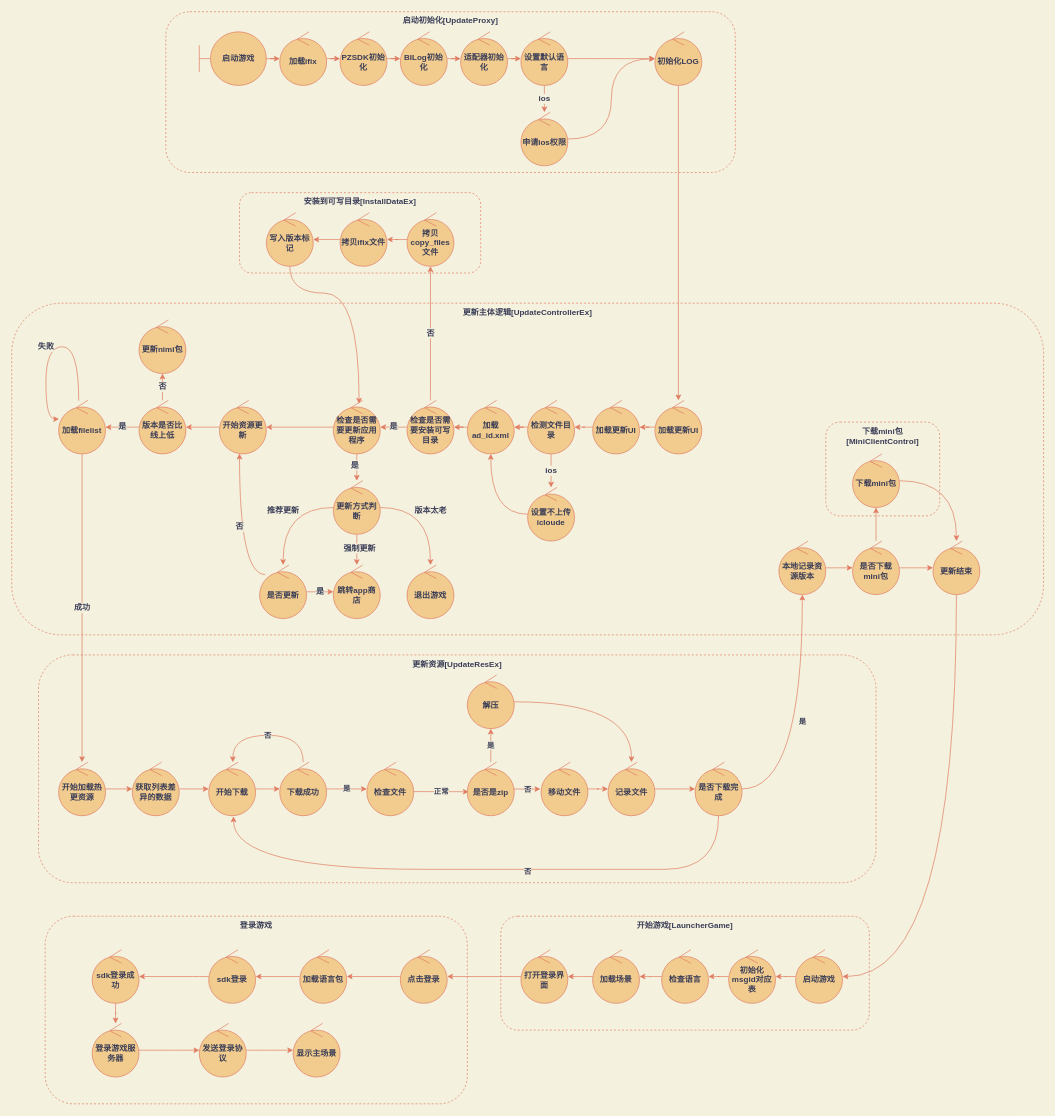
This is 游戏启动流程.drawio from cliang/drawio, a draw.io file, before an edit. Source tidied: cells renumbered, new cells numbered last; positions are measured from the earlier drawing's top-left corner, leaving out a move shared by most shapes. Both pictures are drawn from the tidied source at 67%, with x=0, y=0 at pixel (11, 11).
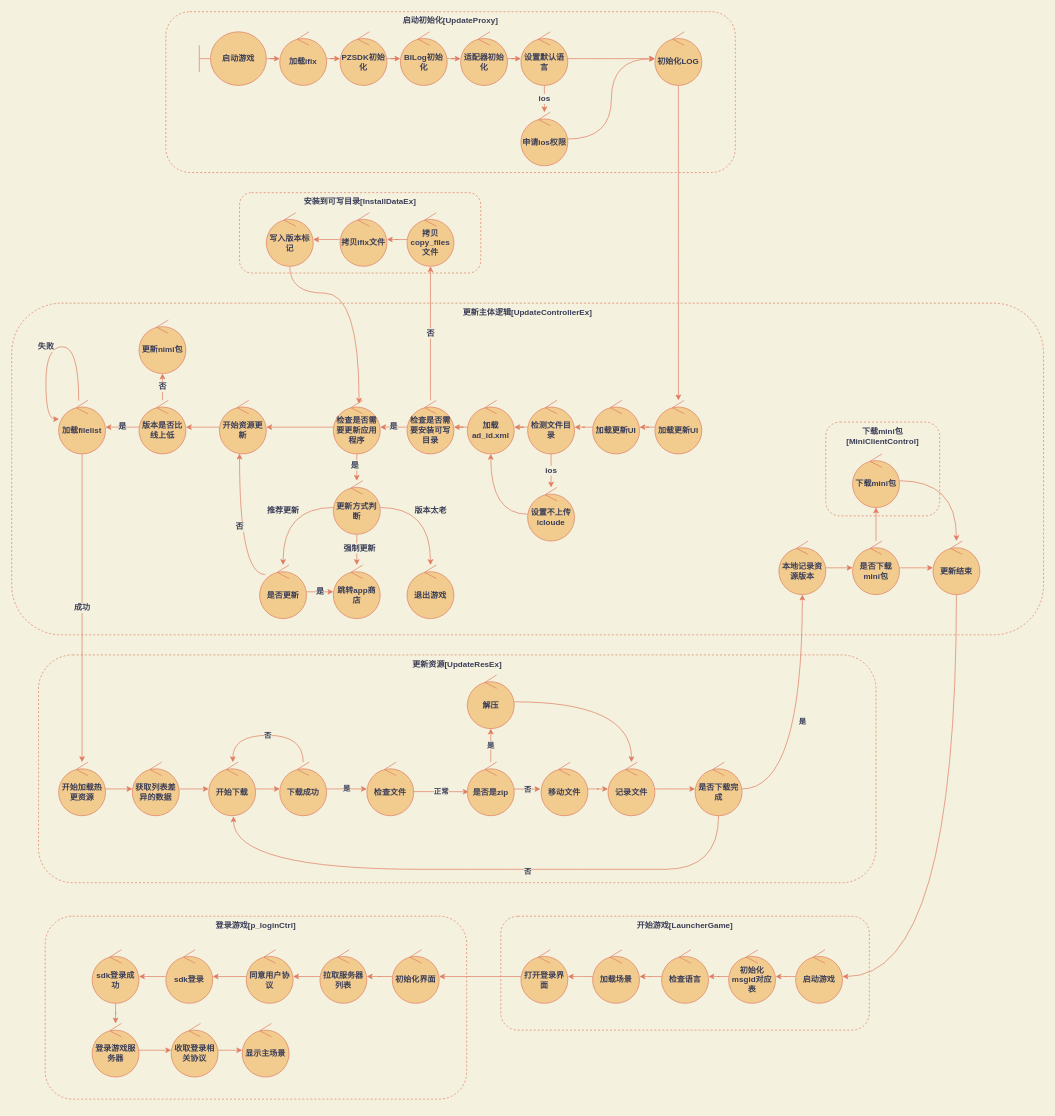
The same diagram, later.

Commit message:
更新游戏启动流程.drawio

The change refers to these unchanged cells:
```xml
<mxCell id="110" value="打开登录界面" style="ellipse;shape=umlControl;whiteSpace=wrap;html=1;rounded=1;fontStyle=1;fillColor=#F2CC8F;strokeColor=#E07A5F;fontColor=#393C56;" parent="1" vertex="1">
  <mxGeometry x="760" y="1400" width="70" height="80" as="geometry" />
</mxCell>
```

Change to the diagram source:
```diff
@@
-    <mxCell id="109" style="edgeStyle=orthogonalEdgeStyle;rounded=1;jettySize=auto;html=1;fontStyle=1;labelBackgroundColor=#F4F1DE;strokeColor=#E07A5F;fontColor=#393C56;curved=1;" parent="1" edge="1" source="110" target="113">
+    <mxCell id="109" style="edgeStyle=orthogonalEdgeStyle;rounded=1;jettySize=auto;html=1;fontStyle=1;labelBackgroundColor=#F4F1DE;strokeColor=#E07A5F;fontColor=#393C56;curved=1;" parent="1" edge="1" source="110" target="127">
       <mxGeometry relative="1" as="geometry" />
     </mxCell>
@@
-    <mxCell id="111" value="登录游戏" style="rounded=1;whiteSpace=wrap;html=1;fontSize=12;dashed=1;fillColor=none;verticalAlign=top;fontStyle=1;strokeColor=#E07A5F;fontColor=#393C56;" parent="1" vertex="1">
-      <mxGeometry x="50" y="1350" width="630" height="280" as="geometry" />
+    <mxCell id="111" value="登录游戏[p_loginCtrl]" style="rounded=1;whiteSpace=wrap;html=1;fontSize=12;dashed=1;fillColor=none;verticalAlign=top;fontStyle=1;strokeColor=#E07A5F;fontColor=#393C56;" parent="1" vertex="1">
+      <mxGeometry x="50" y="1350" width="629" height="273" as="geometry" />
     </mxCell>
-    <mxCell id="112" style="edgeStyle=orthogonalEdgeStyle;rounded=1;jettySize=auto;html=1;fontStyle=1;labelBackgroundColor=#F4F1DE;strokeColor=#E07A5F;fontColor=#393C56;curved=1;" parent="1" edge="1" source="113" target="115">
-      <mxGeometry relative="1" as="geometry" />
-    </mxCell>
+    <mxCell id="125" style="edgeStyle=orthogonalEdgeStyle;rounded=0;jettySize=auto;html=1;labelBackgroundColor=#F4F1DE;strokeColor=#E07A5F;fontColor=#393C56;" parent="1" edge="1" source="113" target="129">
+      <mxGeometry relative="1" as="geometry" />
+    </mxCell>
-    <mxCell id="113" value="点击登录" style="ellipse;shape=umlControl;whiteSpace=wrap;html=1;rounded=1;fontStyle=1;fillColor=#F2CC8F;strokeColor=#E07A5F;fontColor=#393C56;" parent="1" vertex="1">
-      <mxGeometry x="580" y="1400" width="70" height="80" as="geometry" />
+    <mxCell id="113" value="拉取服务器列表" style="ellipse;shape=umlControl;whiteSpace=wrap;html=1;rounded=1;fontStyle=1;fillColor=#F2CC8F;strokeColor=#E07A5F;fontColor=#393C56;" parent="1" vertex="1">
+      <mxGeometry x="460" y="1400" width="70" height="80" as="geometry" />
     </mxCell>
-    <mxCell id="114" style="edgeStyle=orthogonalEdgeStyle;rounded=1;jettySize=auto;html=1;fontStyle=1;labelBackgroundColor=#F4F1DE;strokeColor=#E07A5F;fontColor=#393C56;curved=1;" parent="1" edge="1" source="115" target="123">
-      <mxGeometry relative="1" as="geometry" />
-    </mxCell>
-    <mxCell id="115" value="加载语言包" style="ellipse;shape=umlControl;whiteSpace=wrap;html=1;rounded=1;fontStyle=1;fillColor=#F2CC8F;strokeColor=#E07A5F;fontColor=#393C56;" parent="1" vertex="1">
-      <mxGeometry x="430" y="1400" width="70" height="80" as="geometry" />
-    </mxCell>
@@
-    <mxCell id="117" value="发送登录协议" style="ellipse;shape=umlControl;whiteSpace=wrap;html=1;rounded=1;fontStyle=1;fillColor=#F2CC8F;strokeColor=#E07A5F;fontColor=#393C56;" parent="1" vertex="1">
-      <mxGeometry x="280" y="1510" width="70" height="80" as="geometry" />
+    <mxCell id="117" value="收取登录相关协议" style="ellipse;shape=umlControl;whiteSpace=wrap;html=1;rounded=1;fontStyle=1;fillColor=#F2CC8F;strokeColor=#E07A5F;fontColor=#393C56;" parent="1" vertex="1">
+      <mxGeometry x="238" y="1510" width="70" height="80" as="geometry" />
     </mxCell>
@@
     <mxCell id="123" value="sdk登录" style="ellipse;shape=umlControl;whiteSpace=wrap;html=1;rounded=1;fontStyle=1;fillColor=#F2CC8F;strokeColor=#E07A5F;fontColor=#393C56;" parent="1" vertex="1">
-      <mxGeometry x="294" y="1400" width="70" height="80" as="geometry" />
+      <mxGeometry x="230" y="1400" width="70" height="80" as="geometry" />
     </mxCell>
     <mxCell id="124" value="显示主场景" style="ellipse;shape=umlControl;whiteSpace=wrap;html=1;rounded=1;fontStyle=1;fillColor=#F2CC8F;strokeColor=#E07A5F;fontColor=#393C56;" parent="1" vertex="1">
-      <mxGeometry x="420" y="1510" width="70" height="80" as="geometry" />
+      <mxGeometry x="344" y="1510" width="70" height="80" as="geometry" />
     </mxCell>
+    <mxCell id="126" style="edgeStyle=orthogonalEdgeStyle;rounded=0;jettySize=auto;html=1;labelBackgroundColor=#F4F1DE;strokeColor=#E07A5F;fontColor=#393C56;" parent="1" edge="1" source="127" target="113">
+      <mxGeometry relative="1" as="geometry" />
+    </mxCell>
+    <mxCell id="127" value="初始化界面" style="ellipse;shape=umlControl;whiteSpace=wrap;html=1;rounded=1;fontStyle=1;fillColor=#F2CC8F;strokeColor=#E07A5F;fontColor=#393C56;" parent="1" vertex="1">
+      <mxGeometry x="568" y="1400" width="70" height="80" as="geometry" />
+    </mxCell>
+    <mxCell id="128" style="edgeStyle=orthogonalEdgeStyle;rounded=0;jettySize=auto;html=1;labelBackgroundColor=#F4F1DE;strokeColor=#E07A5F;fontColor=#393C56;" parent="1" edge="1" source="129" target="123">
+      <mxGeometry relative="1" as="geometry" />
+    </mxCell>
+    <mxCell id="129" value="同意用户协议" style="ellipse;shape=umlControl;whiteSpace=wrap;html=1;rounded=1;fontStyle=1;fillColor=#F2CC8F;strokeColor=#E07A5F;fontColor=#393C56;" parent="1" vertex="1">
+      <mxGeometry x="350" y="1400" width="70" height="80" as="geometry" />
+    </mxCell>
```
